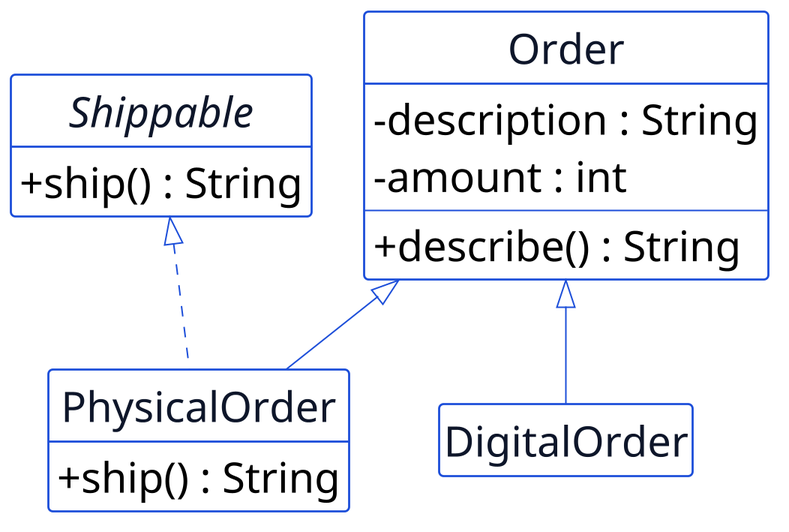
dhanifudin/oop keeps this PlantUML diagram as assets/uml/src/p11-order-shippable.png. Above is the earlier version. Source of this version:
```plantuml
@startuml p11-order-shippable
scale 2
!include _common.iuml
hide circle
hide empty members

class Order {
  - description : String
  - amount : int
  --
  + describe() : String
}

interface Shippable {
  + ship() : String
}

class PhysicalOrder {
  + ship() : String
}

class DigitalOrder {
}

Order <|-- PhysicalOrder
Order <|-- DigitalOrder
Shippable <|.. PhysicalOrder
@enduml
```
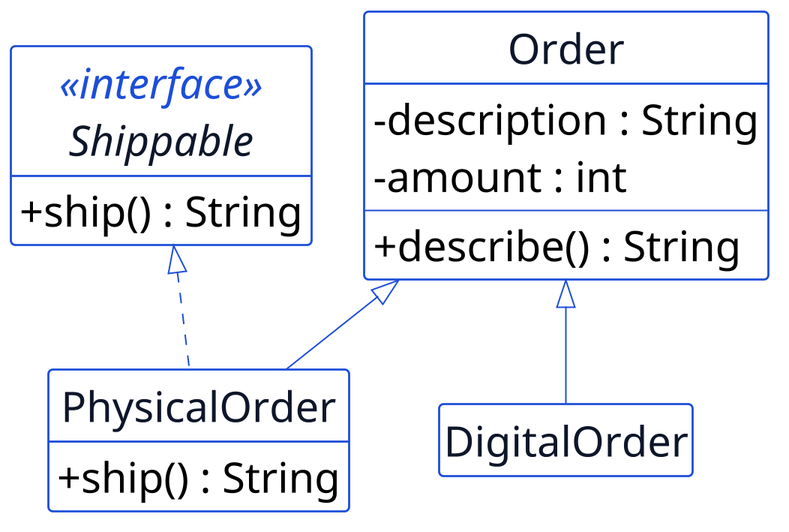
The same file after the commit.

Change to the diagram source:
```diff
@@ -11,7 +11,7 @@
   + describe() : String
 }
 
-interface Shippable {
+interface Shippable <<interface>> {
   + ship() : String
 }
 
```
